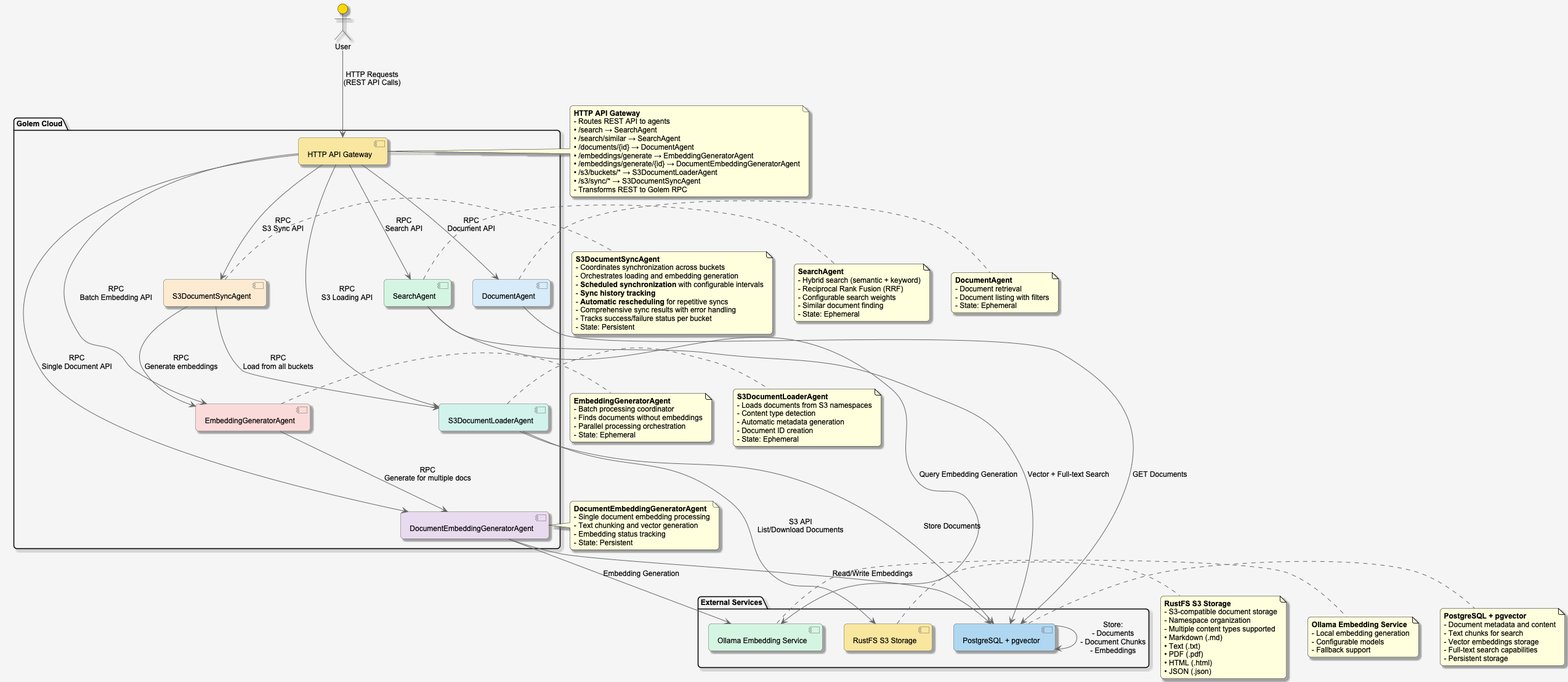
The PlantUML diagram architecture.png in justcoon/golem-rag-rust, before a commit. Its diagram source:
```plantuml
@startuml Golem RAG System Architecture

skinparam componentStyle uml2
skinparam backgroundColor #F5F5F5
skinparam defaultFontName Arial
skinparam defaultFontSize 12
skinparam roundcorner 10
skinparam shadowing true
skinparam ArrowColor #666666
skinparam ComponentBackgroundColor #E8E8E8
skinparam ComponentBorderColor #666666

actor "User" as user #FFD700

package "Golem Cloud" {
    [HTTP API Gateway] as gateway #F9E79F
    [SearchAgent] as search #D5F5E3
    [DocumentAgent] as document #D6EAF8
    [EmbeddingGeneratorAgent] as embedding_gen #FADBD8
    [DocumentEmbeddingGeneratorAgent] as doc_embedding_gen #E8DAEF
    [S3DocumentLoaderAgent] as s3_loader #D1F2EB
    [S3DocumentSyncAgent] as s3_sync #FDEBD0
}

package "External Services" {
    [PostgreSQL + pgvector] as postgres #AED6F1
    [RustFS S3 Storage] as s3 #F9E79F
    [Ollama Embedding Service] as ollama #D5F5E3
}

gateway -[hidden]-> postgres

user --> gateway : "HTTP Requests\n(REST API Calls)"

gateway --> search : "RPC\nSearch API"
gateway --> document : "RPC\nDocument API"
gateway --> embedding_gen : "RPC\nBatch Embedding API"
gateway --> doc_embedding_gen : "RPC\nSingle Document API"
gateway --> s3_loader : "RPC\nS3 Loading API"
gateway --> s3_sync : "RPC\nS3 Sync API"

search --> postgres : "Vector + Full-text Search"
search --> ollama : "Query Embedding Generation"

document --> postgres : "GET Documents"

embedding_gen --> doc_embedding_gen : "RPC\nGenerate for multiple docs"
doc_embedding_gen --> postgres : "Read/Write Embeddings"
doc_embedding_gen --> ollama : "Embedding Generation"

s3_loader --> s3 : "S3 API\nList/Download Documents"
s3_loader --> postgres : "Store Documents"

s3_sync --> s3_loader : "RPC\nLoad from all buckets"
s3_sync --> embedding_gen : "RPC\nGenerate embeddings"

postgres --> postgres : "Store:\n- Documents\n- Document Chunks\n- Embeddings"

note right of gateway
  <b>HTTP API Gateway</b>
  - Routes REST API to agents
  • /search → SearchAgent
  • /search/similar → SearchAgent
  • /documents/{id} → DocumentAgent
  • /embeddings/generate → EmbeddingGeneratorAgent
  • /embeddings/generate/{id} → DocumentEmbeddingGeneratorAgent
  • /s3/buckets/* → S3DocumentLoaderAgent
  • /s3/sync/* → S3DocumentSyncAgent
  - Transforms REST to Golem RPC
end note

note right of search
  <b>SearchAgent</b>
  - Hybrid search (semantic + keyword)
  - Reciprocal Rank Fusion (RRF)
  - Configurable search weights
  - Similar document finding
  - State: Ephemeral
end note

note right of document
  <b>DocumentAgent</b>
  - Document retrieval
  - Document listing with filters
  - State: Ephemeral
end note

note right of embedding_gen
  <b>EmbeddingGeneratorAgent</b>
  - Batch processing coordinator
  - Finds documents without embeddings
  - Parallel processing orchestration
  - State: Ephemeral
end note

note right of doc_embedding_gen
  <b>DocumentEmbeddingGeneratorAgent</b>
  - Single document embedding processing
  - Text chunking and vector generation
  - Embedding status tracking
  - State: Persistent
end note

note right of s3_loader
  <b>S3DocumentLoaderAgent</b>
  - Loads documents from S3 namespaces
  - Content type detection
  - Automatic metadata generation
  - Document ID creation
  - State: Ephemeral
end note

note right of s3_sync
  <b>S3DocumentSyncAgent</b>
  - Coordinates synchronization across buckets
  - Orchestrates loading and embedding generation
  - **Scheduled synchronization** with configurable intervals
  - **Sync history tracking**
  - **Automatic rescheduling** for repetitive syncs
  - Comprehensive sync results with error handling
  - Tracks success/failure status per bucket
  - State: Persistent
end note

note right of postgres
  <b>PostgreSQL + pgvector</b>
  - Document metadata and content
  - Text chunks for search
  - Vector embeddings storage
  - Full-text search capabilities
  - Persistent storage
end note

note right of s3
  <b>RustFS S3 Storage</b>
  - S3-compatible document storage
  - Namespace organization
  - Multiple content types supported
  • Markdown (.md)
  • Text (.txt)
  • PDF (.pdf)
  • HTML (.html)
  • JSON (.json)
end note

note right of ollama
  <b>Ollama Embedding Service</b>
  - Local embedding generation
  - Configurable models
  - Fallback support
end note

@enduml
```
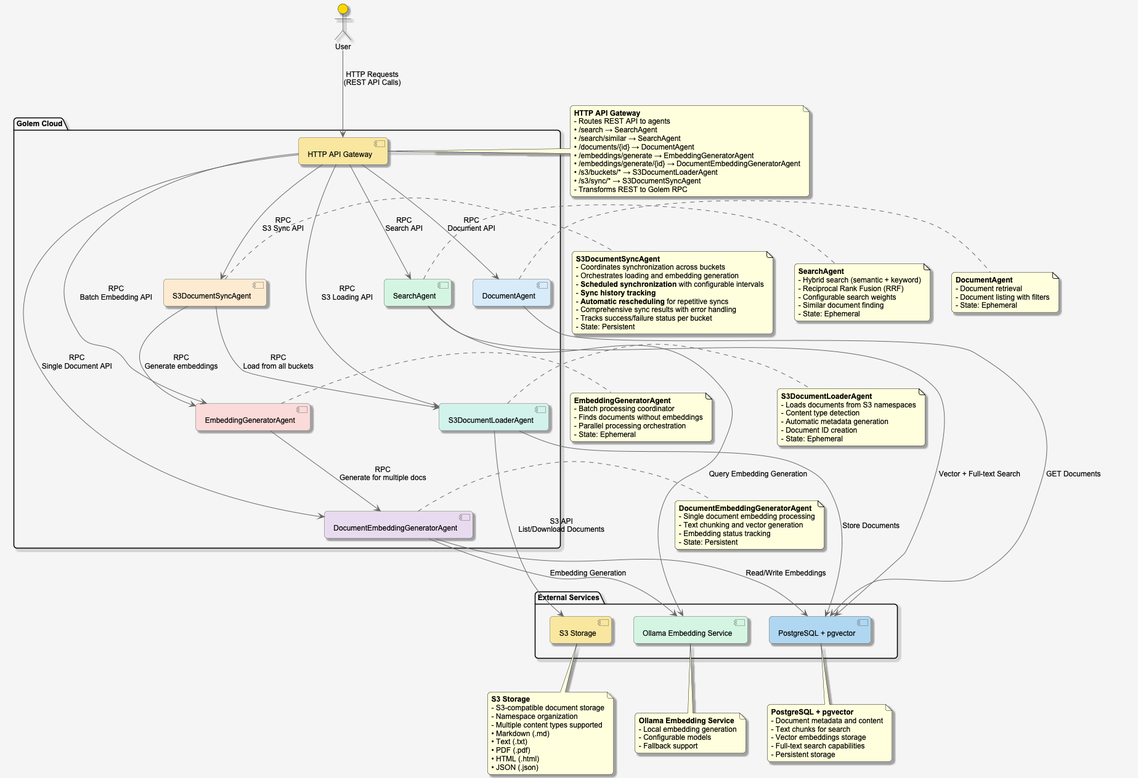
Later version of the same file.

Diff of the diagram source:
```diff
@@ -12,7 +12,7 @@
 
 actor "User" as user #FFD700
 
-package "Golem Cloud" {
+package "Golem Cloud" as golem {
     [HTTP API Gateway] as gateway #F9E79F
     [SearchAgent] as search #D5F5E3
     [DocumentAgent] as document #D6EAF8
@@ -22,13 +22,13 @@
     [S3DocumentSyncAgent] as s3_sync #FDEBD0
 }
 
-package "External Services" {
+package "External Services" as external {
     [PostgreSQL + pgvector] as postgres #AED6F1
-    [RustFS S3 Storage] as s3 #F9E79F
+    [S3 Storage] as s3 #F9E79F
     [Ollama Embedding Service] as ollama #D5F5E3
 }
 
-gateway -[hidden]-> postgres
+gateway -[hidden]-> external
 
 user --> gateway : "HTTP Requests\n(REST API Calls)"
 
@@ -53,8 +53,6 @@
 
 s3_sync --> s3_loader : "RPC\nLoad from all buckets"
 s3_sync --> embedding_gen : "RPC\nGenerate embeddings"
-
-postgres --> postgres : "Store:\n- Documents\n- Document Chunks\n- Embeddings"
 
 note right of gateway
   <b>HTTP API Gateway</b>
@@ -122,7 +120,7 @@
   - State: Persistent
 end note
 
-note right of postgres
+note bottom of postgres
   <b>PostgreSQL + pgvector</b>
   - Document metadata and content
   - Text chunks for search
@@ -131,8 +129,8 @@
   - Persistent storage
 end note
 
-note right of s3
-  <b>RustFS S3 Storage</b>
+note bottom of s3
+  <b>S3 Storage</b>
   - S3-compatible document storage
   - Namespace organization
   - Multiple content types supported
@@ -143,7 +141,7 @@
   • JSON (.json)
 end note
 
-note right of ollama
+note bottom of ollama
   <b>Ollama Embedding Service</b>
   - Local embedding generation
   - Configurable models
```
